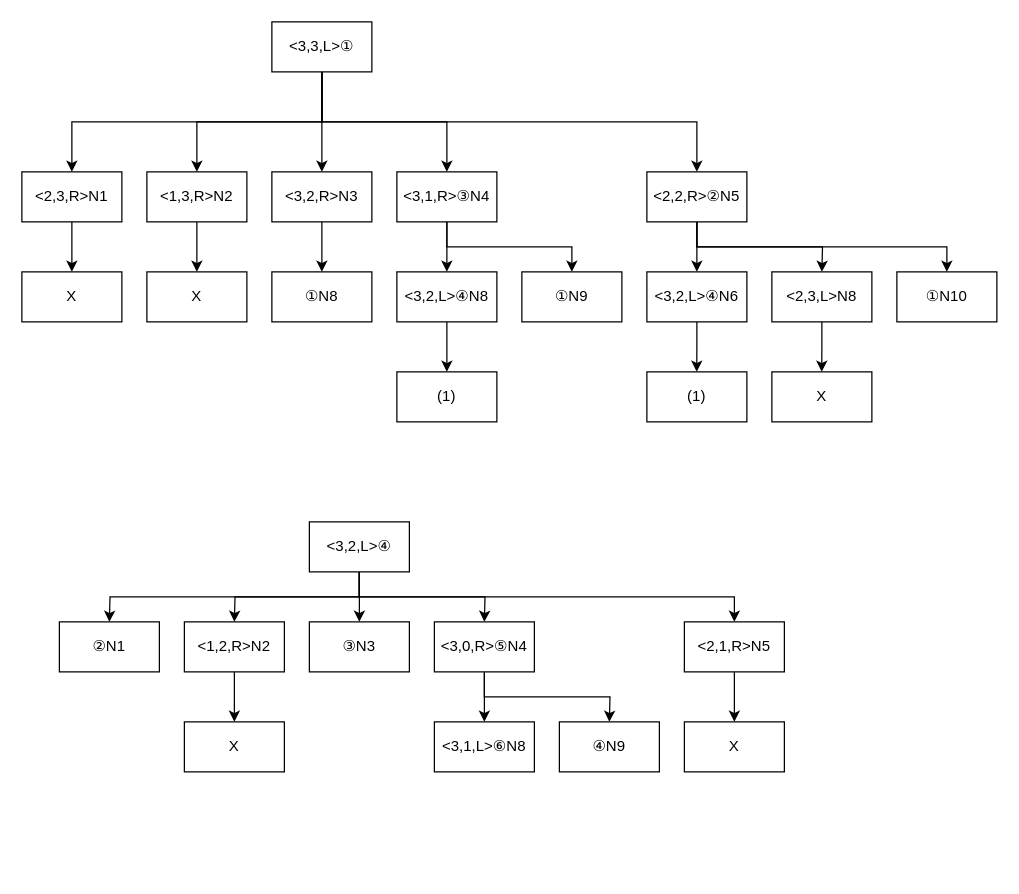
Before: ninchiMCproblemTree.drawio in shgnaka/PokemonZA, a draw.io diagram. Source tidied: cells renumbered, new cells numbered last; positions are measured from the earlier drawing's top-left corner, leaving out a move shared by most shapes. Both pictures are drawn from the tidied source at 125%, with x=0, y=0 at pixel (21, 21).
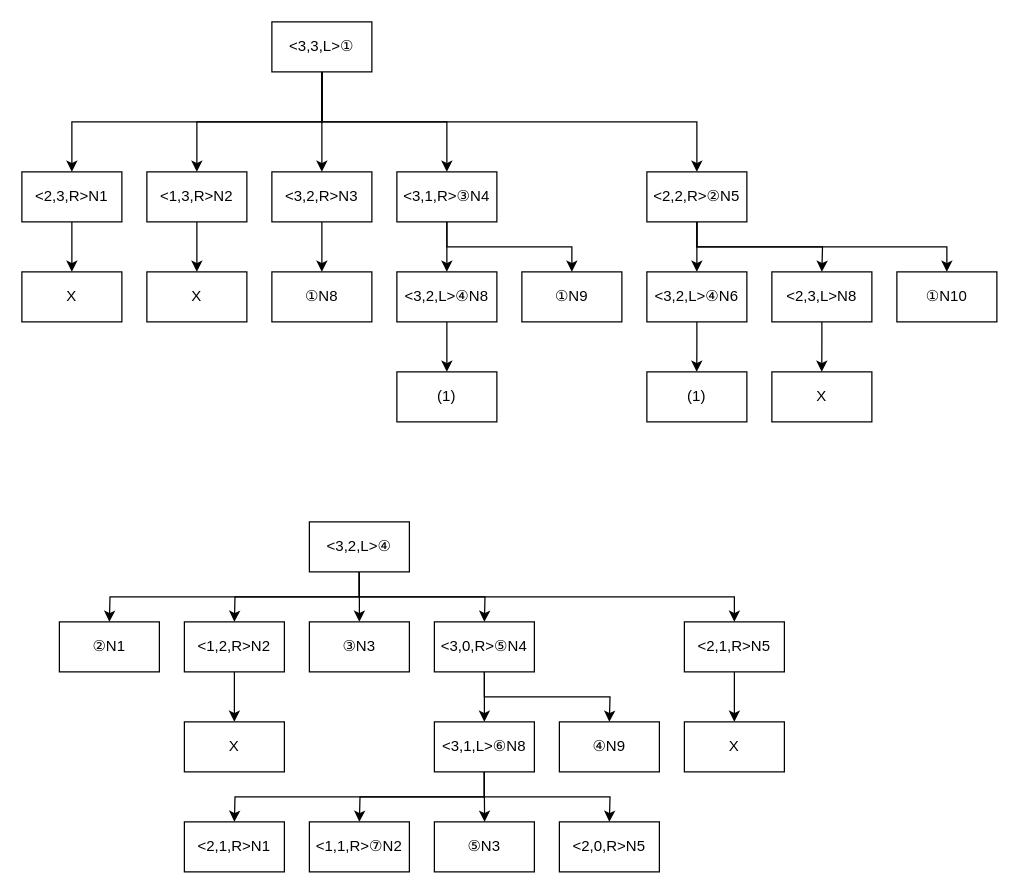
The same page after the edit.

Commit message:
MC問題樹形図第6層完了

The change refers to these unchanged cells:
```xml
<mxCell id="51" value="&amp;lt;3,1,L&amp;gt;⑥N8" style="whiteSpace=wrap;html=1;" parent="1" vertex="1">
  <mxGeometry x="330" y="560" width="80" height="40" as="geometry" />
</mxCell>
```

Diff of the diagram source:
```diff
@@
+    <mxCell id="54" style="edgeStyle=orthogonalEdgeStyle;rounded=0;jettySize=auto;html=1;exitX=0.5;exitY=1;exitDx=0;exitDy=0;" parent="1" edge="1" source="51">
+      <mxGeometry relative="1" as="geometry">
+        <mxPoint x="370.2" y="640" as="targetPoint" />
+      </mxGeometry>
+    </mxCell>
+    <mxCell id="55" style="edgeStyle=orthogonalEdgeStyle;rounded=0;jettySize=auto;html=1;exitX=0.5;exitY=1;exitDx=0;exitDy=0;" parent="1" edge="1" source="51">
+      <mxGeometry relative="1" as="geometry">
+        <mxPoint x="270" y="640" as="targetPoint" />
+      </mxGeometry>
+    </mxCell>
+    <mxCell id="56" style="edgeStyle=orthogonalEdgeStyle;rounded=0;jettySize=auto;html=1;exitX=0.5;exitY=1;exitDx=0;exitDy=0;" parent="1" edge="1" source="51">
+      <mxGeometry relative="1" as="geometry">
+        <mxPoint x="470" y="640" as="targetPoint" />
+      </mxGeometry>
+    </mxCell>
+    <mxCell id="57" style="edgeStyle=orthogonalEdgeStyle;rounded=0;jettySize=auto;html=1;exitX=0.5;exitY=1;exitDx=0;exitDy=0;" parent="1" edge="1" source="51">
+      <mxGeometry relative="1" as="geometry">
+        <mxPoint x="170" y="640" as="targetPoint" />
+      </mxGeometry>
+    </mxCell>
@@
+    <mxCell id="58" value="&amp;lt;2,1,R&amp;gt;N1" style="whiteSpace=wrap;html=1;" parent="1" vertex="1">
+      <mxGeometry x="130" y="640" width="80" height="40" as="geometry" />
+    </mxCell>
+    <mxCell id="59" value="&amp;lt;1,1,R&amp;gt;⑦N2" style="whiteSpace=wrap;html=1;" parent="1" vertex="1">
+      <mxGeometry x="230" y="640" width="80" height="40" as="geometry" />
+    </mxCell>
+    <mxCell id="60" value="⑤N3" style="whiteSpace=wrap;html=1;" parent="1" vertex="1">
+      <mxGeometry x="330" y="640" width="80" height="40" as="geometry" />
+    </mxCell>
+    <mxCell id="61" value="&amp;lt;2,0,R&amp;gt;N5" style="whiteSpace=wrap;html=1;" parent="1" vertex="1">
+      <mxGeometry x="430" y="640" width="80" height="40" as="geometry" />
+    </mxCell>
```
